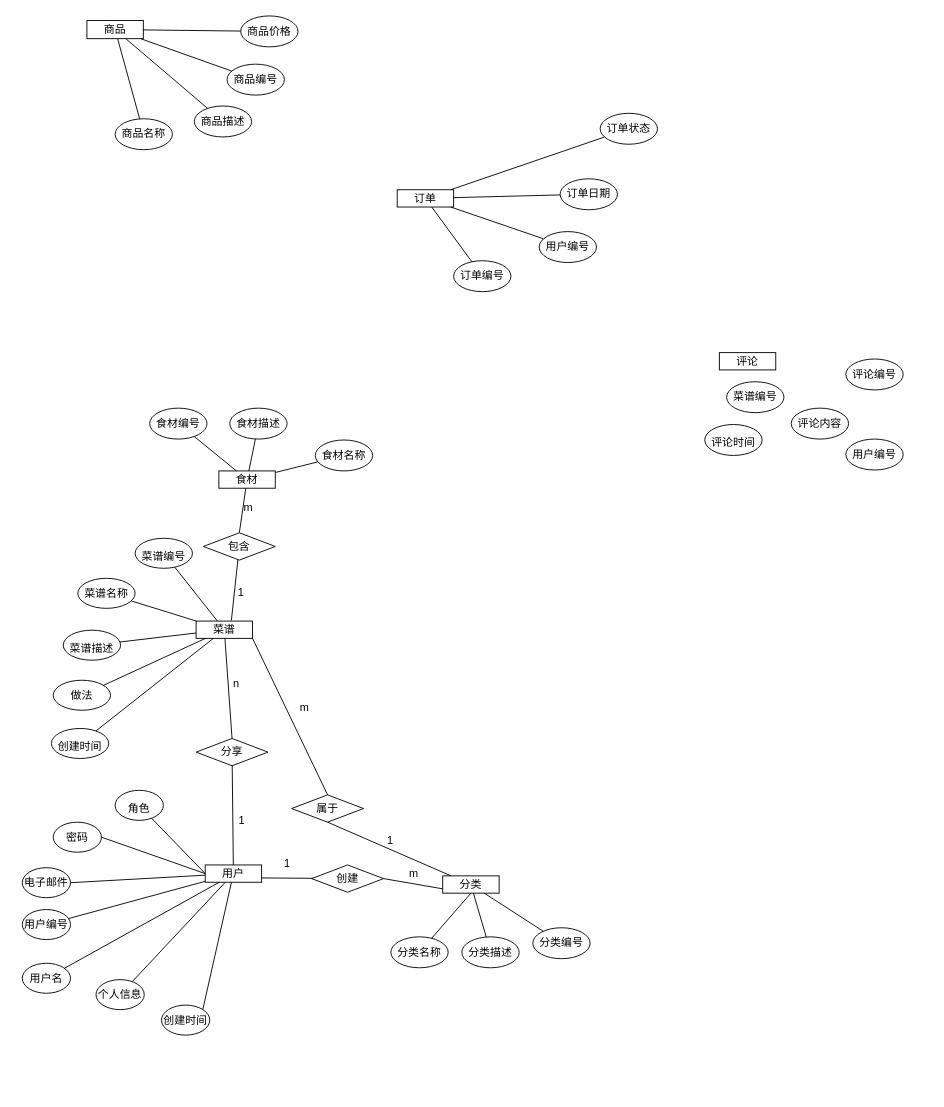
Before: 未命名绘图.drawio in kamrider/A1, a draw.io diagram. Source tidied: cells renumbered, new cells numbered last; positions are measured from the earlier drawing's top-left corner, leaving out a move shared by most shapes. Both pictures are drawn from the tidied source at 91%, with x=0, y=0 at pixel (22, 15).
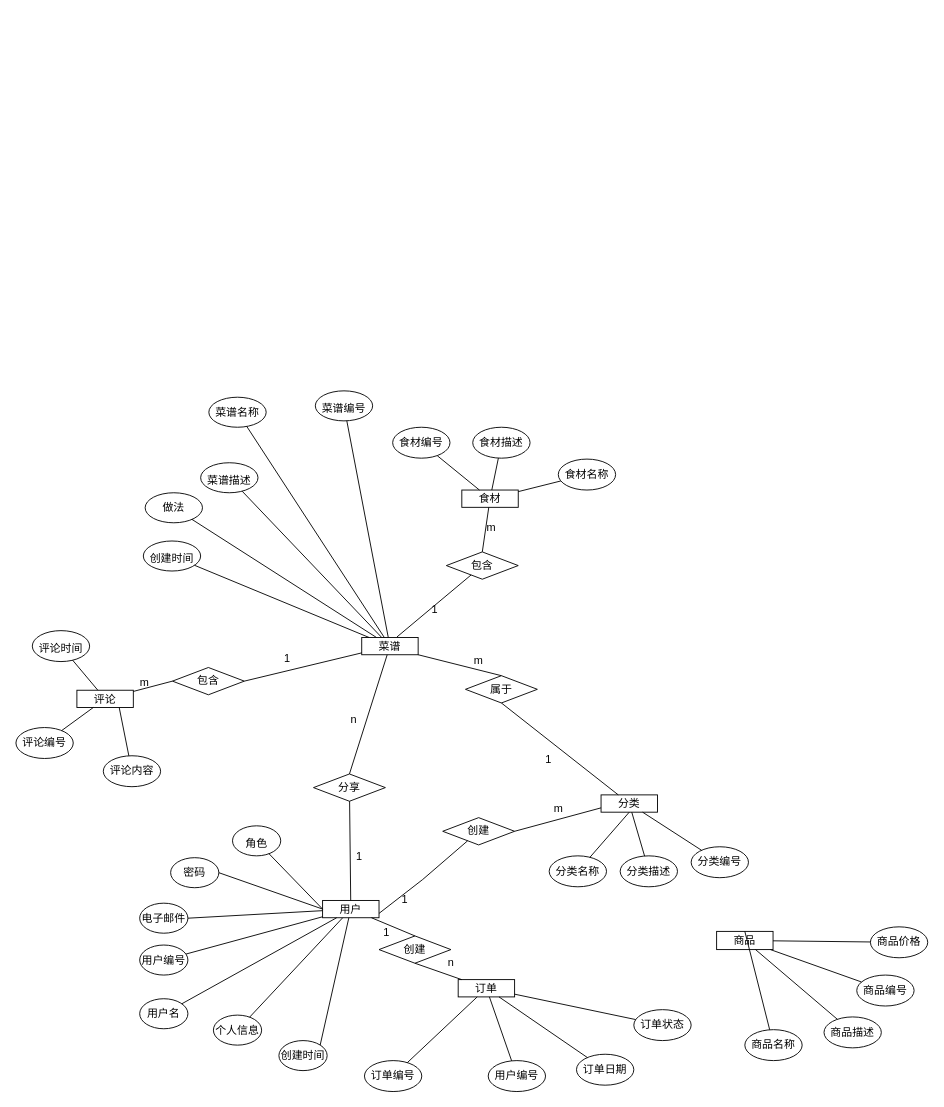
Above is the later version.

Commit message (it also covers changes not shown here):
更新未命名绘图.drawio

The edit, as a diff of the source:
```diff
@@
     <mxCell id="2" value="食材" style="rounded=0;whiteSpace=wrap;html=1;" parent="1" vertex="1">
-      <mxGeometry x="216" y="500" width="62" height="19" as="geometry" />
+      <mxGeometry x="483" y="521" width="62" height="19" as="geometry" />
     </mxCell>
     <mxCell id="3" value="创建时间" style="ellipse;whiteSpace=wrap;html=1;" parent="1" vertex="1">
-      <mxGeometry x="153" y="1087" width="53" height="33" as="geometry" />
+      <mxGeometry x="282" y="1126" width="53" height="33" as="geometry" />
     </mxCell>
     <mxCell id="4" value="个人信息" style="ellipse;whiteSpace=wrap;html=1;" parent="1" vertex="1">
-      <mxGeometry x="81" y="1059" width="53" height="33" as="geometry" />
+      <mxGeometry x="210" y="1098" width="53" height="33" as="geometry" />
     </mxCell>
     <mxCell id="5" value="&lt;table&gt;&lt;tbody&gt;&lt;tr&gt;&lt;td&gt;&lt;/td&gt;&lt;/tr&gt;&lt;/tbody&gt;&lt;/table&gt;&lt;table&gt;&lt;tbody&gt;&lt;tr&gt;&lt;td&gt;角色&lt;/td&gt;&lt;/tr&gt;&lt;/tbody&gt;&lt;/table&gt;" style="ellipse;whiteSpace=wrap;html=1;" parent="1" vertex="1">
-      <mxGeometry x="102" y="851" width="53" height="33" as="geometry" />
+      <mxGeometry x="231" y="890" width="53" height="33" as="geometry" />
     </mxCell>
     <mxCell id="6" value="密码" style="ellipse;whiteSpace=wrap;html=1;" parent="1" vertex="1">
-      <mxGeometry x="34" y="886" width="53" height="33" as="geometry" />
+      <mxGeometry x="163" y="925" width="53" height="33" as="geometry" />
     </mxCell>
     <mxCell id="7" value="电子邮件" style="ellipse;whiteSpace=wrap;html=1;" parent="1" vertex="1">
-      <mxGeometry y="936" width="53" height="33" as="geometry" />
+      <mxGeometry x="129" y="975" width="53" height="33" as="geometry" />
     </mxCell>
     <mxCell id="8" value="用户编号" style="ellipse;whiteSpace=wrap;html=1;" parent="1" vertex="1">
-      <mxGeometry y="982" width="53" height="33" as="geometry" />
+      <mxGeometry x="129" y="1021" width="53" height="33" as="geometry" />
     </mxCell>
     <mxCell id="9" value="用户名" style="ellipse;whiteSpace=wrap;html=1;" parent="1" vertex="1">
-      <mxGeometry y="1041" width="53" height="33" as="geometry" />
+      <mxGeometry x="129" y="1080" width="53" height="33" as="geometry" />
     </mxCell>
     <mxCell id="10" value="用户" style="rounded=0;whiteSpace=wrap;html=1;" parent="1" vertex="1">
-      <mxGeometry x="201" y="933" width="62" height="19" as="geometry" />
+      <mxGeometry x="330" y="972" width="62" height="19" as="geometry" />
     </mxCell>
     <mxCell id="11" value="分类" style="rounded=0;whiteSpace=wrap;html=1;" parent="1" vertex="1">
-      <mxGeometry x="462" y="945" width="62" height="19" as="geometry" />
+      <mxGeometry x="636" y="856" width="62" height="19" as="geometry" />
     </mxCell>
     <mxCell id="12" value="菜谱" style="rounded=0;whiteSpace=wrap;html=1;" parent="1" vertex="1">
-      <mxGeometry x="191" y="665" width="62" height="19" as="geometry" />
+      <mxGeometry x="373" y="683" width="62" height="19" as="geometry" />
     </mxCell>
     <mxCell id="13" value="菜谱名称" style="ellipse;whiteSpace=wrap;html=1;" parent="1" vertex="1">
-      <mxGeometry x="61" y="618" width="63" height="33" as="geometry" />
+      <mxGeometry x="205" y="419" width="63" height="33" as="geometry" />
     </mxCell>
     <mxCell id="14" value="&lt;table&gt;&lt;tbody&gt;&lt;tr&gt;&lt;td&gt;&lt;/td&gt;&lt;/tr&gt;&lt;/tbody&gt;&lt;/table&gt;&lt;table&gt;&lt;tbody&gt;&lt;tr&gt;&lt;td&gt;菜谱编号&lt;/td&gt;&lt;/tr&gt;&lt;/tbody&gt;&lt;/table&gt;" style="ellipse;whiteSpace=wrap;html=1;" parent="1" vertex="1">
-      <mxGeometry x="124" y="574" width="63" height="33" as="geometry" />
+      <mxGeometry x="322" y="412" width="63" height="33" as="geometry" />
     </mxCell>
     <mxCell id="15" value="&lt;table&gt;&lt;tbody&gt;&lt;tr&gt;&lt;td&gt;&lt;/td&gt;&lt;/tr&gt;&lt;/tbody&gt;&lt;/table&gt;&lt;table&gt;&lt;tbody&gt;&lt;tr&gt;&lt;td&gt;菜谱描述&lt;/td&gt;&lt;/tr&gt;&lt;/tbody&gt;&lt;/table&gt;" style="ellipse;whiteSpace=wrap;html=1;" parent="1" vertex="1">
-      <mxGeometry x="45" y="675" width="63" height="33" as="geometry" />
+      <mxGeometry x="196" y="491" width="63" height="33" as="geometry" />
     </mxCell>
     <mxCell id="16" value="做法" style="ellipse;whiteSpace=wrap;html=1;" parent="1" vertex="1">
-      <mxGeometry x="34" y="730" width="63" height="33" as="geometry" />
+      <mxGeometry x="135" y="524" width="63" height="33" as="geometry" />
     </mxCell>
     <mxCell id="17" value="&lt;table&gt;&lt;tbody&gt;&lt;tr&gt;&lt;td&gt;&lt;/td&gt;&lt;/tr&gt;&lt;/tbody&gt;&lt;/table&gt;&lt;table&gt;&lt;tbody&gt;&lt;tr&gt;&lt;td&gt;创建时间&lt;/td&gt;&lt;/tr&gt;&lt;/tbody&gt;&lt;/table&gt;" style="ellipse;whiteSpace=wrap;html=1;" parent="1" vertex="1">
-      <mxGeometry x="32" y="783" width="63" height="33" as="geometry" />
+      <mxGeometry x="133" y="577" width="63" height="33" as="geometry" />
     </mxCell>
     <mxCell id="18" value="食材编号" style="ellipse;whiteSpace=wrap;html=1;" parent="1" vertex="1">
-      <mxGeometry x="140" y="431" width="63" height="34" as="geometry" />
+      <mxGeometry x="407" y="452" width="63" height="34" as="geometry" />
     </mxCell>
     <mxCell id="19" value="评论编号" style="ellipse;whiteSpace=wrap;html=1;" parent="1" vertex="1">
-      <mxGeometry x="905" y="377" width="63" height="34" as="geometry" />
+      <mxGeometry x="-7" y="782" width="63" height="34" as="geometry" />
     </mxCell>
     <mxCell id="20" value="食材描述" style="ellipse;whiteSpace=wrap;html=1;" parent="1" vertex="1">
-      <mxGeometry x="228" y="431" width="63" height="34" as="geometry" />
+      <mxGeometry x="495" y="452" width="63" height="34" as="geometry" />
     </mxCell>
     <mxCell id="21" value="食材名称" style="ellipse;whiteSpace=wrap;html=1;" parent="1" vertex="1">
-      <mxGeometry x="322" y="466" width="63" height="34" as="geometry" />
+      <mxGeometry x="589" y="487" width="63" height="34" as="geometry" />
     </mxCell>
     <mxCell id="22" value="订单编号" style="ellipse;whiteSpace=wrap;html=1;" parent="1" vertex="1">
-      <mxGeometry x="474" y="269" width="63" height="34" as="geometry" />
+      <mxGeometry x="376" y="1148" width="63" height="34" as="geometry" />
     </mxCell>
     <mxCell id="23" value="分类编号" style="ellipse;whiteSpace=wrap;html=1;" parent="1" vertex="1">
-      <mxGeometry x="561" y="1002" width="63" height="34" as="geometry" />
+      <mxGeometry x="735" y="913" width="63" height="34" as="geometry" />
     </mxCell>
     <mxCell id="24" value="分类描述" style="ellipse;whiteSpace=wrap;html=1;" parent="1" vertex="1">
-      <mxGeometry x="483" y="1012" width="63" height="34" as="geometry" />
+      <mxGeometry x="657" y="923" width="63" height="34" as="geometry" />
     </mxCell>
     <mxCell id="25" value="分类名称" style="ellipse;whiteSpace=wrap;html=1;" parent="1" vertex="1">
-      <mxGeometry x="405" y="1012" width="63" height="34" as="geometry" />
+      <mxGeometry x="579" y="923" width="63" height="34" as="geometry" />
     </mxCell>
     <mxCell id="26" value="评论" style="rounded=0;whiteSpace=wrap;html=1;" parent="1" vertex="1">
-      <mxGeometry x="766" y="370" width="62" height="19" as="geometry" />
+      <mxGeometry x="60" y="741" width="62" height="19" as="geometry" />
     </mxCell>
     <mxCell id="27" value="用户编号" style="ellipse;whiteSpace=wrap;html=1;" parent="1" vertex="1">
-      <mxGeometry x="568" y="237" width="63" height="34" as="geometry" />
+      <mxGeometry x="512" y="1148" width="63" height="34" as="geometry" />
     </mxCell>
     <mxCell id="28" value="订单日期" style="ellipse;whiteSpace=wrap;html=1;" parent="1" vertex="1">
-      <mxGeometry x="591" y="179" width="63" height="34" as="geometry" />
+      <mxGeometry x="609" y="1141" width="63" height="34" as="geometry" />
     </mxCell>
     <mxCell id="29" value="订单状态" style="ellipse;whiteSpace=wrap;html=1;" parent="1" vertex="1">
-      <mxGeometry x="635" y="107" width="63" height="34" as="geometry" />
+      <mxGeometry x="672" y="1092" width="63" height="34" as="geometry" />
     </mxCell>
     <mxCell id="30" value="&lt;table&gt;&lt;tbody&gt;&lt;tr&gt;&lt;td&gt;&lt;/td&gt;&lt;/tr&gt;&lt;/tbody&gt;&lt;/table&gt;&lt;table&gt;&lt;tbody&gt;&lt;tr&gt;&lt;td&gt;评论时间&lt;/td&gt;&lt;/tr&gt;&lt;/tbody&gt;&lt;/table&gt;" style="ellipse;whiteSpace=wrap;html=1;" parent="1" vertex="1">
-      <mxGeometry x="750" y="449" width="63" height="34" as="geometry" />
+      <mxGeometry x="11" y="675.5" width="63" height="34" as="geometry" />
     </mxCell>
     <mxCell id="31" value="评论内容" style="ellipse;whiteSpace=wrap;html=1;" parent="1" vertex="1">
-      <mxGeometry x="845" y="431" width="63" height="34" as="geometry" />
+      <mxGeometry x="89" y="813" width="63" height="34" as="geometry" />
     </mxCell>
-    <mxCell id="32" value="用户编号" style="ellipse;whiteSpace=wrap;html=1;" parent="1" vertex="1">
-      <mxGeometry x="905" y="465" width="63" height="34" as="geometry" />
-    </mxCell>
-    <mxCell id="33" value="菜谱编号" style="ellipse;whiteSpace=wrap;html=1;" parent="1" vertex="1">
-      <mxGeometry x="774" y="402" width="63" height="34" as="geometry" />
-    </mxCell>
     <mxCell id="34" value="订单" style="rounded=0;whiteSpace=wrap;html=1;" parent="1" vertex="1">
-      <mxGeometry x="412" y="191" width="62" height="19" as="geometry" />
+      <mxGeometry x="479" y="1059" width="62" height="19" as="geometry" />
     </mxCell>
     <mxCell id="35" value="商品" style="rounded=0;whiteSpace=wrap;html=1;" parent="1" vertex="1">
-      <mxGeometry x="71" y="5" width="62" height="20" as="geometry" />
+      <mxGeometry x="763" y="1006" width="62" height="20" as="geometry" />
     </mxCell>
     <mxCell id="36" value="商品价格" style="ellipse;whiteSpace=wrap;html=1;" parent="1" vertex="1">
-      <mxGeometry x="240" width="63" height="34" as="geometry" />
+      <mxGeometry x="932" y="1001" width="63" height="34" as="geometry" />
     </mxCell>
     <mxCell id="37" value="商品描述" style="ellipse;whiteSpace=wrap;html=1;" parent="1" vertex="1">
-      <mxGeometry x="189" y="99" width="63" height="34" as="geometry" />
+      <mxGeometry x="881" y="1100" width="63" height="34" as="geometry" />
     </mxCell>
     <mxCell id="38" value="商品编号" style="ellipse;whiteSpace=wrap;html=1;" parent="1" vertex="1">
-      <mxGeometry x="225" y="53" width="63" height="34" as="geometry" />
+      <mxGeometry x="917" y="1054" width="63" height="34" as="geometry" />
     </mxCell>
     <mxCell id="39" value="商品名称" style="ellipse;whiteSpace=wrap;html=1;" parent="1" vertex="1">
-      <mxGeometry x="102" y="113" width="63" height="34" as="geometry" />
+      <mxGeometry x="794" y="1114" width="63" height="34" as="geometry" />
     </mxCell>
@@
     <mxCell id="55" value="分享" style="rhombus;whiteSpace=wrap;html=1;" parent="1" vertex="1">
-      <mxGeometry x="191" y="794" width="79" height="30" as="geometry" />
+      <mxGeometry x="320" y="833" width="79" height="30" as="geometry" />
     </mxCell>
@@
     <mxCell id="58" value="1" style="text;html=1;align=center;verticalAlign=middle;strokeColor=none;fillColor=none;" parent="1" vertex="1">
-      <mxGeometry x="228" y="872" width="25" height="26" as="geometry" />
+      <mxGeometry x="357" y="911" width="25" height="26" as="geometry" />
     </mxCell>
     <mxCell id="59" value="n" style="text;html=1;align=center;verticalAlign=middle;strokeColor=none;fillColor=none;" parent="1" vertex="1">
-      <mxGeometry x="222" y="721" width="25" height="26" as="geometry" />
+      <mxGeometry x="351" y="760" width="25" height="26" as="geometry" />
     </mxCell>
     <mxCell id="60" value="包含" style="rhombus;whiteSpace=wrap;html=1;" parent="1" vertex="1">
-      <mxGeometry x="199" y="568" width="79" height="30" as="geometry" />
+      <mxGeometry x="466" y="589" width="79" height="30" as="geometry" />
     </mxCell>
@@
     <mxCell id="62" value="1" style="text;html=1;align=center;verticalAlign=middle;strokeColor=none;fillColor=none;" parent="1" vertex="1">
-      <mxGeometry x="227" y="621" width="25" height="26" as="geometry" />
+      <mxGeometry x="440" y="640" width="25" height="26" as="geometry" />
     </mxCell>
@@
     <mxCell id="64" value="m" style="text;html=1;align=center;verticalAlign=middle;strokeColor=none;fillColor=none;" parent="1" vertex="1">
-      <mxGeometry x="234" y="528" width="28" height="26" as="geometry" />
+      <mxGeometry x="501" y="549" width="28" height="26" as="geometry" />
     </mxCell>
     <mxCell id="65" value="创建" style="rhombus;whiteSpace=wrap;html=1;" parent="1" vertex="1">
-      <mxGeometry x="318" y="933" width="79" height="30" as="geometry" />
+      <mxGeometry x="462" y="881" width="79" height="30" as="geometry" />
     </mxCell>
     <mxCell id="66" value="1" style="text;html=1;align=center;verticalAlign=middle;strokeColor=none;fillColor=none;" parent="1" vertex="1">
-      <mxGeometry x="278" y="919" width="25" height="26" as="geometry" />
+      <mxGeometry x="407" y="958" width="25" height="26" as="geometry" />
     </mxCell>
     <mxCell id="67" style="endArrow=none;html=1;rounded=0;exitX=1;exitY=0.75;exitDx=0;exitDy=0;" parent="1" edge="1" source="10" target="65">
-      <mxGeometry relative="1" as="geometry" />
+      <mxGeometry relative="1" as="geometry">
+        <Array as="points">
+          <mxPoint x="440" y="949" />
+        </Array>
+      </mxGeometry>
     </mxCell>
@@
     <mxCell id="69" value="m" style="text;html=1;align=center;verticalAlign=middle;strokeColor=none;fillColor=none;" parent="1" vertex="1">
-      <mxGeometry x="416" y="929.5" width="28" height="26" as="geometry" />
+      <mxGeometry x="575" y="858" width="28" height="26" as="geometry" />
     </mxCell>
@@
     <mxCell id="73" value="属于" style="rhombus;whiteSpace=wrap;html=1;" parent="1" vertex="1">
-      <mxGeometry x="296" y="856" width="79" height="30" as="geometry" />
+      <mxGeometry x="487" y="725" width="79" height="30" as="geometry" />
     </mxCell>
@@
     <mxCell id="76" value="m" style="text;html=1;align=center;verticalAlign=middle;strokeColor=none;fillColor=none;" parent="1" vertex="1">
-      <mxGeometry x="296" y="747" width="28" height="26" as="geometry" />
+      <mxGeometry x="487" y="696" width="28" height="26" as="geometry" />
     </mxCell>
     <mxCell id="77" value="1" style="text;html=1;align=center;verticalAlign=middle;strokeColor=none;fillColor=none;" parent="1" vertex="1">
-      <mxGeometry x="391" y="893" width="25" height="26" as="geometry" />
+      <mxGeometry x="565" y="804" width="25" height="26" as="geometry" />
     </mxCell>
@@
-    <mxCell id="81" style="endArrow=none;html=1;rounded=0;" parent="1" edge="1" source="35" target="39">
+    <mxCell id="81" style="endArrow=none;html=1;rounded=0;exitX=0.5;exitY=0;exitDx=0;exitDy=0;" parent="1" edge="1" source="35" target="39">
       <mxGeometry relative="1" as="geometry" />
     </mxCell>
@@
+    <mxCell id="86" style="endArrow=none;html=1;rounded=0;entryX=1;entryY=0.5;entryDx=0;entryDy=0;" parent="1" edge="1" source="12" target="87">
+      <mxGeometry relative="1" as="geometry" />
+    </mxCell>
+    <mxCell id="87" value="包含" style="rhombus;whiteSpace=wrap;html=1;" parent="1" vertex="1">
+      <mxGeometry x="165" y="716" width="79" height="30" as="geometry" />
+    </mxCell>
+    <mxCell id="88" style="endArrow=none;html=1;rounded=0;exitX=0;exitY=0.5;exitDx=0;exitDy=0;" parent="1" edge="1" source="87" target="26">
+      <mxGeometry relative="1" as="geometry" />
+    </mxCell>
+    <mxCell id="89" value="1" style="text;html=1;align=center;verticalAlign=middle;strokeColor=none;fillColor=none;" parent="1" vertex="1">
+      <mxGeometry x="278" y="694" width="25" height="26" as="geometry" />
+    </mxCell>
+    <mxCell id="90" value="m" style="text;html=1;align=center;verticalAlign=middle;strokeColor=none;fillColor=none;" parent="1" vertex="1">
+      <mxGeometry x="119.5" y="720" width="28" height="26" as="geometry" />
+    </mxCell>
+    <mxCell id="91" style="endArrow=none;html=1;rounded=0;" parent="1" edge="1" source="26" target="30">
+      <mxGeometry relative="1" as="geometry" />
+    </mxCell>
+    <mxCell id="92" style="endArrow=none;html=1;rounded=0;exitX=0.75;exitY=1;exitDx=0;exitDy=0;" parent="1" edge="1" source="26" target="31">
+      <mxGeometry relative="1" as="geometry" />
+    </mxCell>
+    <mxCell id="93" style="endArrow=none;html=1;rounded=0;" parent="1" edge="1" source="26" target="19">
+      <mxGeometry relative="1" as="geometry" />
+    </mxCell>
+    <mxCell id="94" value="创建" style="rhombus;whiteSpace=wrap;html=1;" parent="1" vertex="1">
+      <mxGeometry x="392" y="1011" width="79" height="30" as="geometry" />
+    </mxCell>
+    <mxCell id="95" style="endArrow=none;html=1;rounded=0;entryX=0.5;entryY=0;entryDx=0;entryDy=0;" parent="1" edge="1" source="10" target="94">
+      <mxGeometry relative="1" as="geometry" />
+    </mxCell>
+    <mxCell id="96" style="endArrow=none;html=1;rounded=0;exitX=0.5;exitY=1;exitDx=0;exitDy=0;" parent="1" edge="1" source="94" target="34">
+      <mxGeometry relative="1" as="geometry" />
+    </mxCell>
+    <mxCell id="97" value="1" style="text;html=1;align=center;verticalAlign=middle;strokeColor=none;fillColor=none;" parent="1" vertex="1">
+      <mxGeometry x="387" y="995" width="25" height="26" as="geometry" />
+    </mxCell>
+    <mxCell id="98" value="n" style="text;html=1;align=center;verticalAlign=middle;strokeColor=none;fillColor=none;" parent="1" vertex="1">
+      <mxGeometry x="458" y="1028" width="25" height="26" as="geometry" />
+    </mxCell>
```
